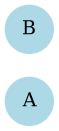
Before: Proyecto 1/Reports/grafo.png, a diagram exported from Graphviz (vivivar/Proyecto-IO). Its source is kept beside it as Proyecto 1/Reports/grafo.dot.
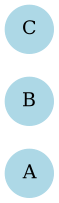
Later version of the same file.

Diff of the diagram source:
```diff
@@ -3,4 +3,5 @@
   node [shape=circle, style=filled, color=lightblue];
   "A";
   "B";
+  "C";
 }
```
